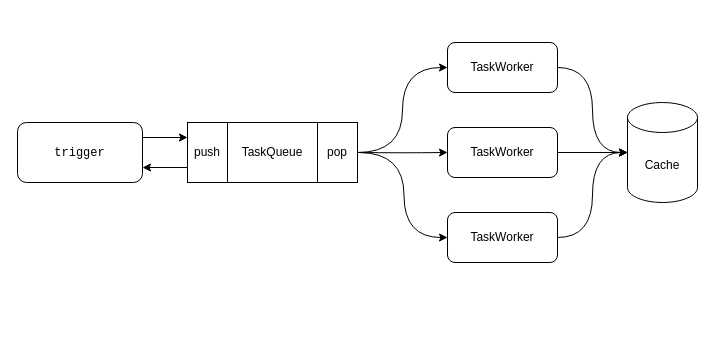
Earlier version of the draw.io diagram assets/embsrv.drawio (zedzhu/studies). Source tidied: cells renumbered, new cells numbered last; positions are measured from the earlier drawing's top-left corner, leaving out a move shared by most shapes. Both pictures are drawn from the tidied source at 100%, with x=0, y=0 at pixel (17, 42).
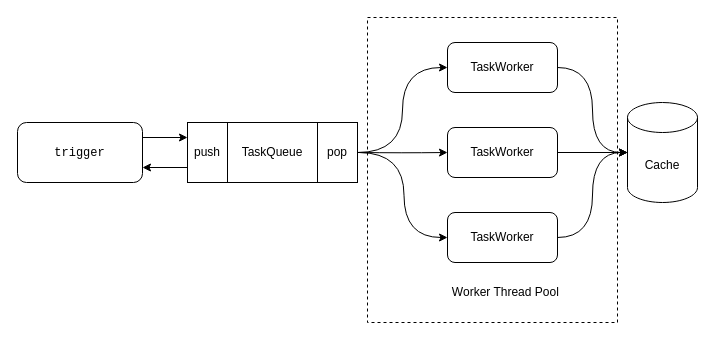
After the change.

Change to the diagram source:
```diff
@@
+    <mxCell id="18" style="rounded=0;whiteSpace=wrap;html=1;dashed=1;fillColor=none;" parent="1" vertex="1">
+      <mxGeometry x="350" y="-25" width="250" height="305" as="geometry" />
+    </mxCell>
+    <mxCell id="19" value="Worker Thread Pool&amp;nbsp;" style="text;html=1;strokeColor=none;fillColor=none;align=center;verticalAlign=middle;whiteSpace=wrap;rounded=0;" parent="1" vertex="1">
+      <mxGeometry x="420" y="240" width="140" height="20" as="geometry" />
+    </mxCell>
```
